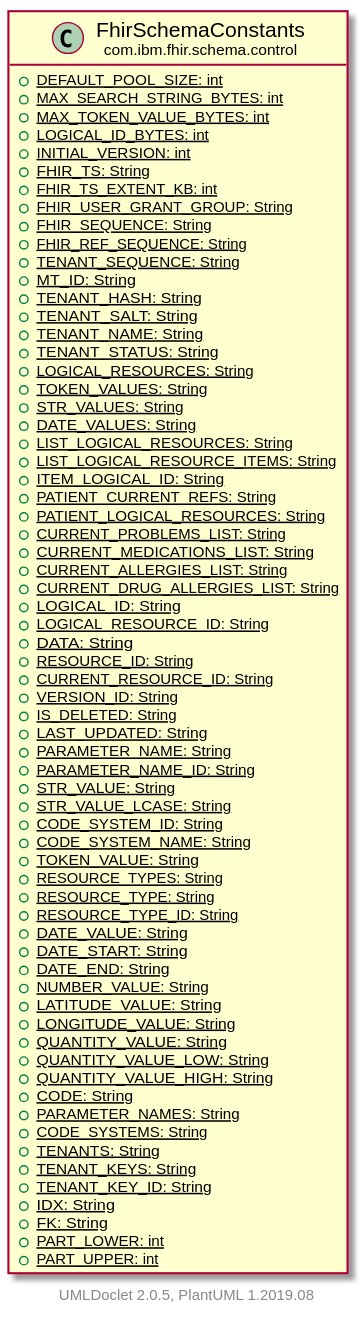
Before: javadocs/latest/com/ibm/fhir/schema/control/FhirSchemaConstants.svg, a diagram exported from PlantUML (tumblewind/FHIR).
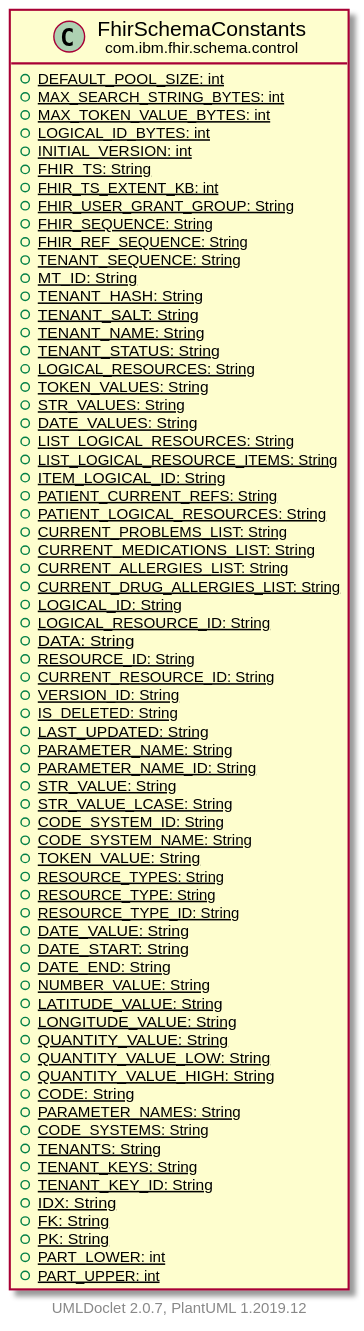
Later version of the same file.

The edit, as a diff of the source:
```diff
@@ -68,9 +68,10 @@
         {static} +TENANT_KEY_ID: String
         {static} +IDX: String
         {static} +FK: String
+        {static} +PK: String
         {static} +PART_LOWER: int
         {static} +PART_UPPER: int
     }
 
-    center footer UMLDoclet 2.0.5, PlantUML 1.2019.08
+    center footer UMLDoclet 2.0.7, PlantUML 1.2019.12
 @enduml
```
